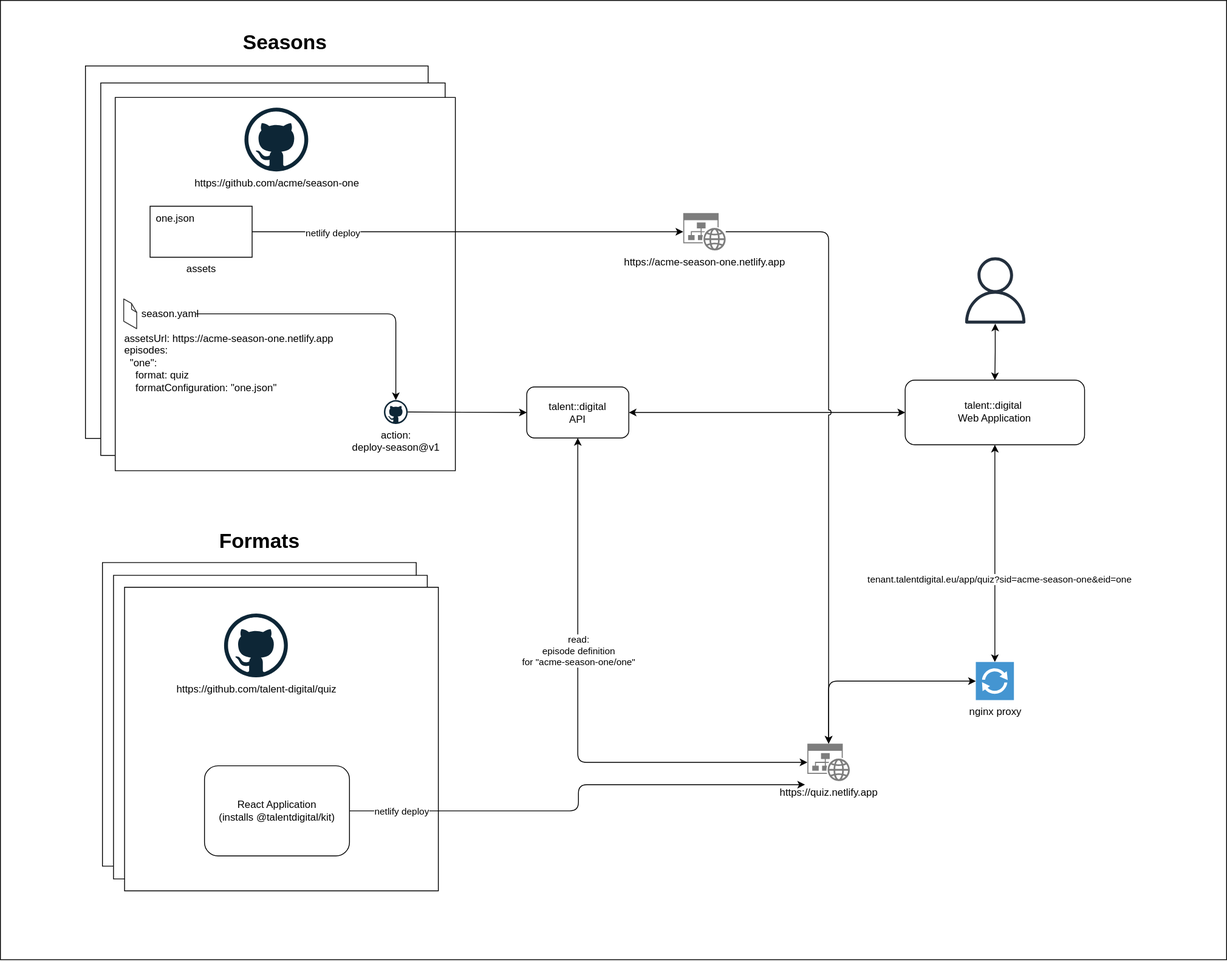
This is docs/assets/talent-digital.platform.drawio.svg from talent-digital/talentkit, a draw.io export, as it was before one commit. Source tidied: cells renumbered, new cells last; positions are measured from the earlier drawing's top-left corner, leaving out a move shared by most shapes.
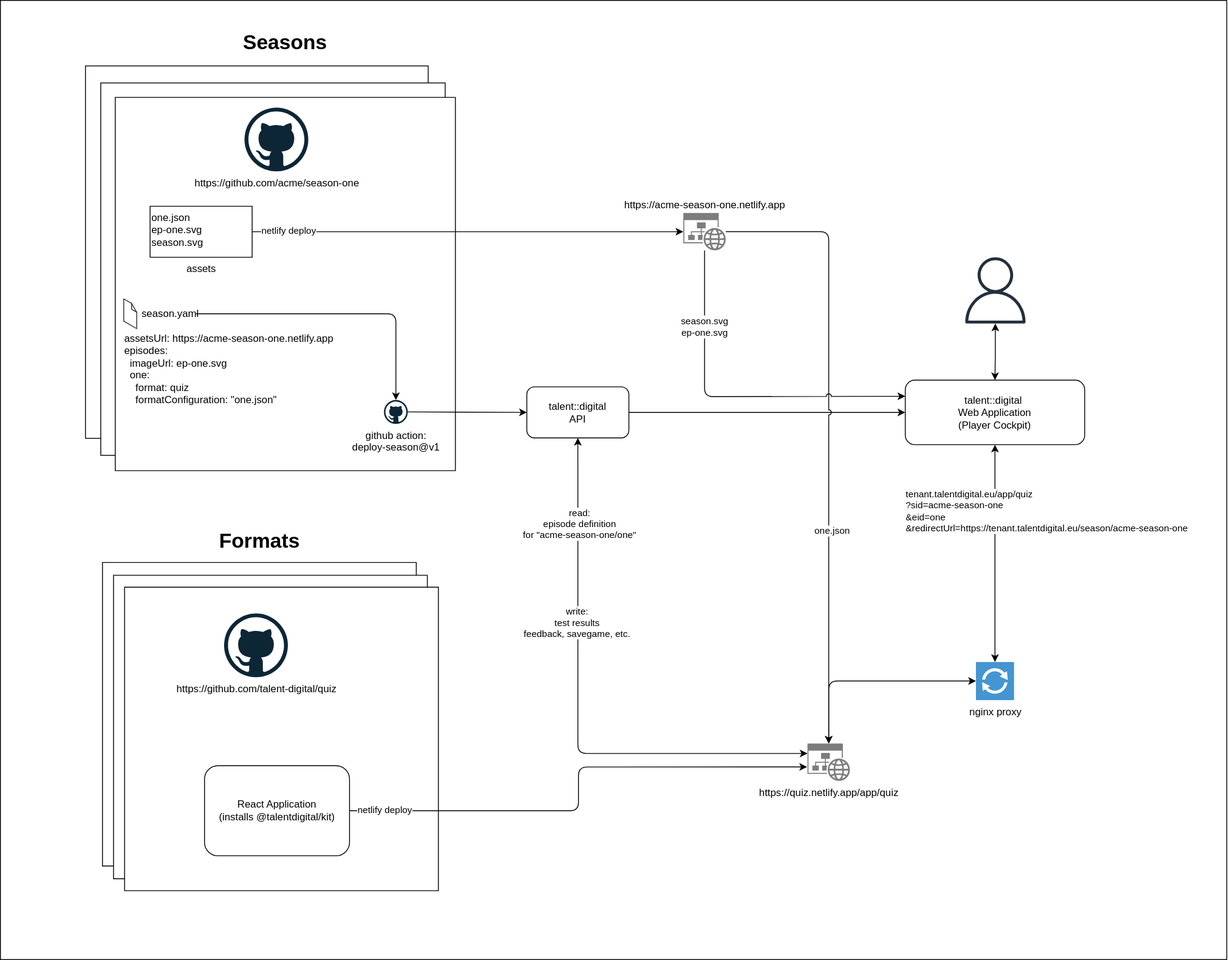
Above is the later version.

Diff of the diagram source:
```diff
@@ -38,35 +38,35 @@
     <mxCell id="13" style="verticalLabelPosition=bottom;html=1;verticalAlign=top;strokeWidth=1;align=center;dashed=0;shape=mxgraph.aws3d.file;strokeColor=#292929;" parent="8" vertex="1">
       <mxGeometry x="10" y="237" width="15.3" height="35" as="geometry" />
     </mxCell>
-    <mxCell id="14" value="assetsUrl:&amp;nbsp;https://acme-season-one.netlify.app&lt;br&gt;episodes:&lt;br&gt;&amp;nbsp; &quot;one&quot;:&lt;br&gt;&lt;span style=&quot;&quot;&gt;&lt;/span&gt;&lt;span style=&quot;&quot;&gt;&lt;/span&gt;&amp;nbsp; &amp;nbsp; format: quiz&lt;br style=&quot;border-color: var(--border-color);&quot;&gt;&amp;nbsp; &amp;nbsp; formatConfiguration: &quot;one.json&quot;" style="text;html=1;strokeColor=none;fillColor=none;align=left;verticalAlign=top;whiteSpace=wrap;rounded=0;" parent="8" vertex="1">
+    <mxCell id="14" value="assetsUrl:&amp;nbsp;https://acme-season-one.netlify.app&lt;br&gt;episodes:&lt;br&gt;&amp;nbsp; imageUrl: ep-one.svg&lt;br&gt;&amp;nbsp; one:&lt;br&gt;&lt;span style=&quot;&quot;&gt;&lt;/span&gt;&lt;span style=&quot;&quot;&gt;&lt;/span&gt;&amp;nbsp; &amp;nbsp; format: quiz&lt;br style=&quot;border-color: var(--border-color);&quot;&gt;&amp;nbsp; &amp;nbsp; formatConfiguration: &quot;one.json&quot;" style="text;html=1;strokeColor=none;fillColor=none;align=left;verticalAlign=top;whiteSpace=wrap;rounded=0;" parent="8" vertex="1">
       <mxGeometry x="9" y="269.5" width="299" height="111.5" as="geometry" />
     </mxCell>
-    <mxCell id="15" value="action:&lt;br style=&quot;border-color: var(--border-color);&quot;&gt;deploy-season@v1" style="dashed=0;outlineConnect=0;html=1;align=center;labelPosition=center;verticalLabelPosition=bottom;verticalAlign=top;shape=mxgraph.weblogos.github;rounded=1;" parent="8" vertex="1">
+    <mxCell id="15" value="github action:&lt;br style=&quot;border-color: var(--border-color);&quot;&gt;deploy-season@v1" style="dashed=0;outlineConnect=0;html=1;align=center;labelPosition=center;verticalLabelPosition=bottom;verticalAlign=top;shape=mxgraph.weblogos.github;rounded=1;" parent="8" vertex="1">
       <mxGeometry x="316" y="356" width="28" height="28" as="geometry" />
     </mxCell>
-    <mxCell id="16" style="edgeStyle=orthogonalEdgeStyle;jettySize=auto;html=1;jumpStyle=arc;rounded=1;flowAnimation=1;" parent="1" edge="1" source="18" target="31">
+    <mxCell id="16" style="edgeStyle=orthogonalEdgeStyle;jettySize=auto;html=1;jumpStyle=arc;rounded=1;flowAnimation=0;" parent="1" edge="1" source="18" target="31">
       <mxGeometry relative="1" as="geometry" />
     </mxCell>
     <mxCell id="17" value="netlify deploy" style="edgeLabel;html=1;align=center;verticalAlign=middle;" parent="16" vertex="1">
       <mxGeometry x="-0.63" y="-1" relative="1" as="geometry">
-        <mxPoint y="1" as="offset" />
+        <mxPoint x="-52" y="-2" as="offset" />
       </mxGeometry>
     </mxCell>
     <mxCell id="18" value="assets" style="verticalLabelPosition=bottom;verticalAlign=top;html=1;shape=mxgraph.basic.rect;fillColor2=none;strokeWidth=1;size=20;indent=5;rounded=1;" parent="1" vertex="1">
       <mxGeometry x="176" y="242" width="120" height="60" as="geometry" />
     </mxCell>
-    <mxCell id="19" style="edgeStyle=orthogonalEdgeStyle;jettySize=auto;html=1;jumpStyle=arc;rounded=1;flowAnimation=1;" parent="1" edge="1" source="15" target="36">
+    <mxCell id="19" style="edgeStyle=orthogonalEdgeStyle;jettySize=auto;html=1;jumpStyle=arc;rounded=1;flowAnimation=0;" parent="1" edge="1" source="15" target="36">
       <mxGeometry relative="1" as="geometry" />
     </mxCell>
-    <mxCell id="20" style="edgeStyle=orthogonalEdgeStyle;jettySize=auto;html=1;shadow=0;jumpStyle=arc;jumpSize=15;comic=0;noJump=0;rounded=1;flowAnimation=1;startArrow=classic;startFill=1;" parent="1" edge="1" source="36" target="27">
+    <mxCell id="20" style="edgeStyle=orthogonalEdgeStyle;jettySize=auto;html=1;shadow=0;jumpStyle=arc;jumpSize=15;comic=0;noJump=0;rounded=1;flowAnimation=0;startArrow=none;startFill=0;" parent="1" edge="1" source="36" target="27">
       <mxGeometry relative="1" as="geometry" />
     </mxCell>
-    <mxCell id="21" style="edgeStyle=orthogonalEdgeStyle;jettySize=auto;html=1;jumpStyle=arc;rounded=1;flowAnimation=1;entryX=-0.055;entryY=1.095;entryDx=0;entryDy=0;entryPerimeter=0;" parent="1" edge="1" source="24" target="34">
+    <mxCell id="21" style="edgeStyle=orthogonalEdgeStyle;jettySize=auto;html=1;jumpStyle=arc;rounded=1;flowAnimation=0;entryX=-0.011;entryY=0.624;entryDx=0;entryDy=0;entryPerimeter=0;" parent="1" edge="1" source="24" target="34">
       <mxGeometry relative="1" as="geometry" />
     </mxCell>
     <mxCell id="22" value="netlify deploy" style="edgeLabel;html=1;align=center;verticalAlign=middle;" parent="21" vertex="1">
       <mxGeometry x="-0.79" relative="1" as="geometry">
-        <mxPoint x="1" y="1" as="offset" />
+        <mxPoint x="-22" y="-1" as="offset" />
       </mxGeometry>
     </mxCell>
     <mxCell id="23" value="https://github.com/talent-digital/quiz" style="dashed=0;html=1;align=center;labelPosition=center;verticalLabelPosition=bottom;verticalAlign=top;shape=mxgraph.weblogos.github;rounded=1;" parent="1" vertex="1">
@@ -78,36 +78,59 @@
     <mxCell id="25" style="edgeStyle=orthogonalEdgeStyle;comic=0;jumpStyle=arc;jumpSize=15;jettySize=auto;elbow=vertical;html=1;shadow=0;rounded=1;startArrow=classic;startFill=1;" parent="1" edge="1" source="27" target="35">
       <mxGeometry relative="1" as="geometry" />
     </mxCell>
-    <mxCell id="26" value="tenant.talentdigital.eu/app/quiz?sid=acme-season-one&amp;amp;eid=one" style="edgeLabel;html=1;align=center;verticalAlign=middle;rounded=1;" parent="25" vertex="1">
-      <mxGeometry x="0.24" y="5" relative="1" as="geometry" />
+    <mxCell id="26" value="tenant.talentdigital.eu/app/quiz&lt;br&gt;&lt;div style=&quot;&quot;&gt;?sid=acme-season-one&lt;/div&gt;&lt;div style=&quot;&quot;&gt;&amp;amp;eid=one&lt;br&gt;&amp;amp;redirectUrl=https://tenant.talentdigital.eu/season/acme-season-one&lt;/div&gt;" style="edgeLabel;html=1;align=left;verticalAlign=middle;rounded=1;" parent="25" vertex="1">
+      <mxGeometry x="0.24" y="5" relative="1" as="geometry">
+        <mxPoint x="-112" y="-80" as="offset" />
+      </mxGeometry>
     </mxCell>
-    <mxCell id="27" value="talent::digital&amp;nbsp;&lt;br&gt;Web Application" style="rounded=1;whiteSpace=wrap;html=1;" parent="1" vertex="1">
+    <mxCell id="27" value="talent::digital&amp;nbsp;&lt;br&gt;Web Application&lt;br&gt;(Player Cockpit)" style="rounded=1;whiteSpace=wrap;html=1;" parent="1" vertex="1">
       <mxGeometry x="1064" y="446.5" width="211" height="76" as="geometry" />
     </mxCell>
     <mxCell id="28" style="edgeStyle=orthogonalEdgeStyle;comic=0;jumpStyle=arc;jumpSize=15;jettySize=auto;elbow=vertical;html=1;shadow=0;rounded=1;startArrow=classic;startFill=1;" parent="1" edge="1" source="35" target="34">
       <mxGeometry relative="1" as="geometry" />
     </mxCell>
-    <mxCell id="29" value="one.json" style="text;html=1;strokeColor=none;fillColor=none;align=center;verticalAlign=middle;whiteSpace=wrap;rounded=0;" parent="1" vertex="1">
-      <mxGeometry x="176" y="242" width="60" height="30" as="geometry" />
+    <mxCell id="29" value="one.json&lt;br&gt;ep-one.svg&lt;br&gt;season.svg" style="text;html=1;strokeColor=none;fillColor=none;align=left;verticalAlign=top;whiteSpace=wrap;rounded=0;" parent="1" vertex="1">
+      <mxGeometry x="176" y="242" width="120" height="60" as="geometry" />
     </mxCell>
-    <mxCell id="30" style="edgeStyle=orthogonalEdgeStyle;rounded=1;jettySize=auto;html=1;fontSize=12;jumpStyle=arc;flowAnimation=1;" parent="1" edge="1" source="31" target="34">
+    <mxCell id="30" style="edgeStyle=orthogonalEdgeStyle;rounded=1;jettySize=auto;html=1;fontSize=12;jumpStyle=arc;flowAnimation=0;" parent="1" edge="1" source="31" target="34">
       <mxGeometry relative="1" as="geometry" />
     </mxCell>
+    <mxCell id="41" value="one.json" style="edgeLabel;html=1;align=center;verticalAlign=middle;fontSize=11;fontFamily=Helvetica;fontColor=default;" parent="30" vertex="1">
+      <mxGeometry x="0.31" y="4" relative="1" as="geometry" />
+    </mxCell>
+    <mxCell id="42" style="edgeStyle=orthogonalEdgeStyle;shape=connector;rounded=1;jumpStyle=arc;jettySize=auto;html=1;entryX=0;entryY=0.25;entryDx=0;entryDy=0;labelBackgroundColor=default;strokeColor=default;fontFamily=Helvetica;fontSize=11;fontColor=default;startArrow=none;startFill=0;endArrow=classic;flowAnimation=0;" parent="1" edge="1" source="31" target="27">
+      <mxGeometry relative="1" as="geometry">
+        <Array as="points">
+          <mxPoint x="828" y="466" />
+          <mxPoint x="959" y="466" />
+        </Array>
+      </mxGeometry>
+    </mxCell>
+    <mxCell id="43" value="season.svg&lt;br&gt;ep-one.svg" style="edgeLabel;html=1;align=center;verticalAlign=middle;fontSize=11;fontFamily=Helvetica;fontColor=default;" parent="42" vertex="1">
+      <mxGeometry x="-0.72" y="2" relative="1" as="geometry">
+        <mxPoint x="-2" y="31" as="offset" />
+      </mxGeometry>
+    </mxCell>
-    <mxCell id="31" value="https://acme-season-one.netlify.app" style="sketch=0;shadow=0;dashed=0;html=1;strokeColor=none;labelPosition=center;verticalLabelPosition=bottom;verticalAlign=top;align=center;shape=mxgraph.mscae.enterprise.website_generic;fillColor=#7D7D7D;" parent="1" vertex="1">
+    <mxCell id="31" value="https://acme-season-one.netlify.app" style="sketch=0;shadow=0;dashed=0;html=1;strokeColor=none;labelPosition=center;verticalLabelPosition=top;verticalAlign=bottom;align=center;shape=mxgraph.mscae.enterprise.website_generic;fillColor=#7D7D7D;noLabel=0;direction=east;" parent="1" vertex="1">
       <mxGeometry x="803" y="250" width="50" height="44" as="geometry" />
     </mxCell>
-    <mxCell id="32" style="edgeStyle=orthogonalEdgeStyle;shape=connector;rounded=1;jumpStyle=arc;jettySize=auto;html=1;labelBackgroundColor=default;strokeColor=default;fontFamily=Helvetica;fontSize=11;fontColor=default;startArrow=classic;startFill=1;endArrow=classic;flowAnimation=1;" parent="1" edge="1" source="34" target="36">
-      <mxGeometry relative="1" as="geometry" />
-    </mxCell>
-    <mxCell id="33" value="read:&lt;br&gt;episode definition&lt;br&gt;for &quot;acme-season-one/one&quot;" style="edgeLabel;html=1;align=center;verticalAlign=middle;fontSize=11;fontFamily=Helvetica;fontColor=default;" parent="32" vertex="1">
-      <mxGeometry x="0.23" y="-1" relative="1" as="geometry" />
-    </mxCell>
-    <mxCell id="34" value="https://quiz.netlify.app" style="sketch=0;shadow=0;dashed=0;html=1;strokeColor=none;labelPosition=center;verticalLabelPosition=bottom;verticalAlign=top;align=center;shape=mxgraph.mscae.enterprise.website_generic;fillColor=#7D7D7D;" parent="1" vertex="1">
+    <mxCell id="34" value="https://quiz.netlify.app/app/quiz" style="sketch=0;shadow=0;dashed=0;html=1;strokeColor=none;labelPosition=center;verticalLabelPosition=bottom;verticalAlign=top;align=center;shape=mxgraph.mscae.enterprise.website_generic;fillColor=#7D7D7D;" parent="1" vertex="1">
       <mxGeometry x="949" y="874" width="50" height="44" as="geometry" />
     </mxCell>
     <mxCell id="35" value="nginx proxy" style="shadow=0;dashed=0;html=1;strokeColor=none;fillColor=#4495D1;labelPosition=center;verticalLabelPosition=bottom;verticalAlign=top;align=center;outlineConnect=0;shape=mxgraph.veeam.2d.proxy;" parent="1" vertex="1">
       <mxGeometry x="1147.1" y="778" width="44.8" height="44.8" as="geometry" />
     </mxCell>
+    <mxCell id="44" style="edgeStyle=orthogonalEdgeStyle;shape=connector;rounded=1;jumpStyle=arc;jettySize=auto;html=1;exitX=0.5;exitY=1;exitDx=0;exitDy=0;entryX=0;entryY=0.264;entryDx=0;entryDy=0;entryPerimeter=0;labelBackgroundColor=default;strokeColor=default;fontFamily=Helvetica;fontSize=11;fontColor=default;startArrow=classic;startFill=1;endArrow=classic;" parent="1" edge="1" source="36" target="34">
+      <mxGeometry relative="1" as="geometry" />
+    </mxCell>
+    <mxCell id="33" value="read:&lt;br style=&quot;border-color: var(--border-color);&quot;&gt;episode definition&lt;br style=&quot;border-color: var(--border-color);&quot;&gt;for &quot;acme-season-one/one&quot;" style="edgeLabel;html=1;align=center;verticalAlign=middle;fontSize=11;fontFamily=Helvetica;fontColor=default;" parent="44" vertex="1">
+      <mxGeometry x="-0.51" y="-1" relative="1" as="geometry">
+        <mxPoint x="3" y="-55" as="offset" />
+      </mxGeometry>
+    </mxCell>
+    <mxCell id="45" value="write:&lt;br&gt;test results&lt;br&gt;feedback, savegame, etc." style="edgeLabel;html=1;align=center;verticalAlign=middle;fontSize=11;fontFamily=Helvetica;fontColor=default;" parent="44" vertex="1">
+      <mxGeometry x="-0.32" y="-1" relative="1" as="geometry" />
+    </mxCell>
     <mxCell id="36" value="talent::digital&lt;br&gt;API" style="rounded=1;whiteSpace=wrap;html=1;" parent="1" vertex="1">
       <mxGeometry x="619" y="454.5" width="120" height="60" as="geometry" />
     </mxCell>
```
